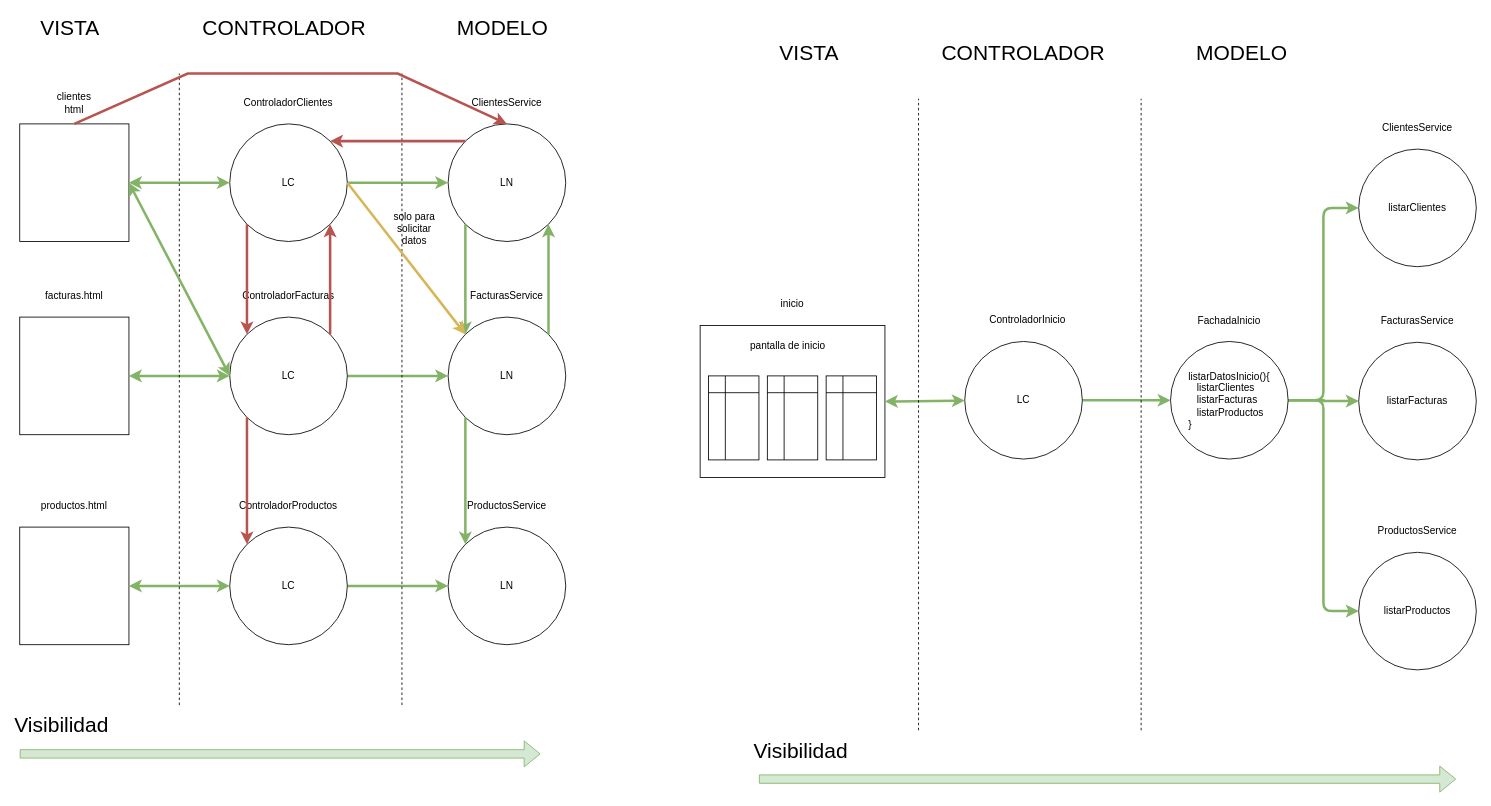
The draw.io diagram page "Página-2" (2 of 42) of patrones_2022_7.drawio in lrag/Patrones, before the edit. Source tidied: cells renumbered, new cells numbered last; positions are measured from the earlier drawing's top-left corner, leaving out a move shared by most shapes. Both pictures are drawn from the tidied source at 84%, with x=0, y=0 at pixel (19, 14).
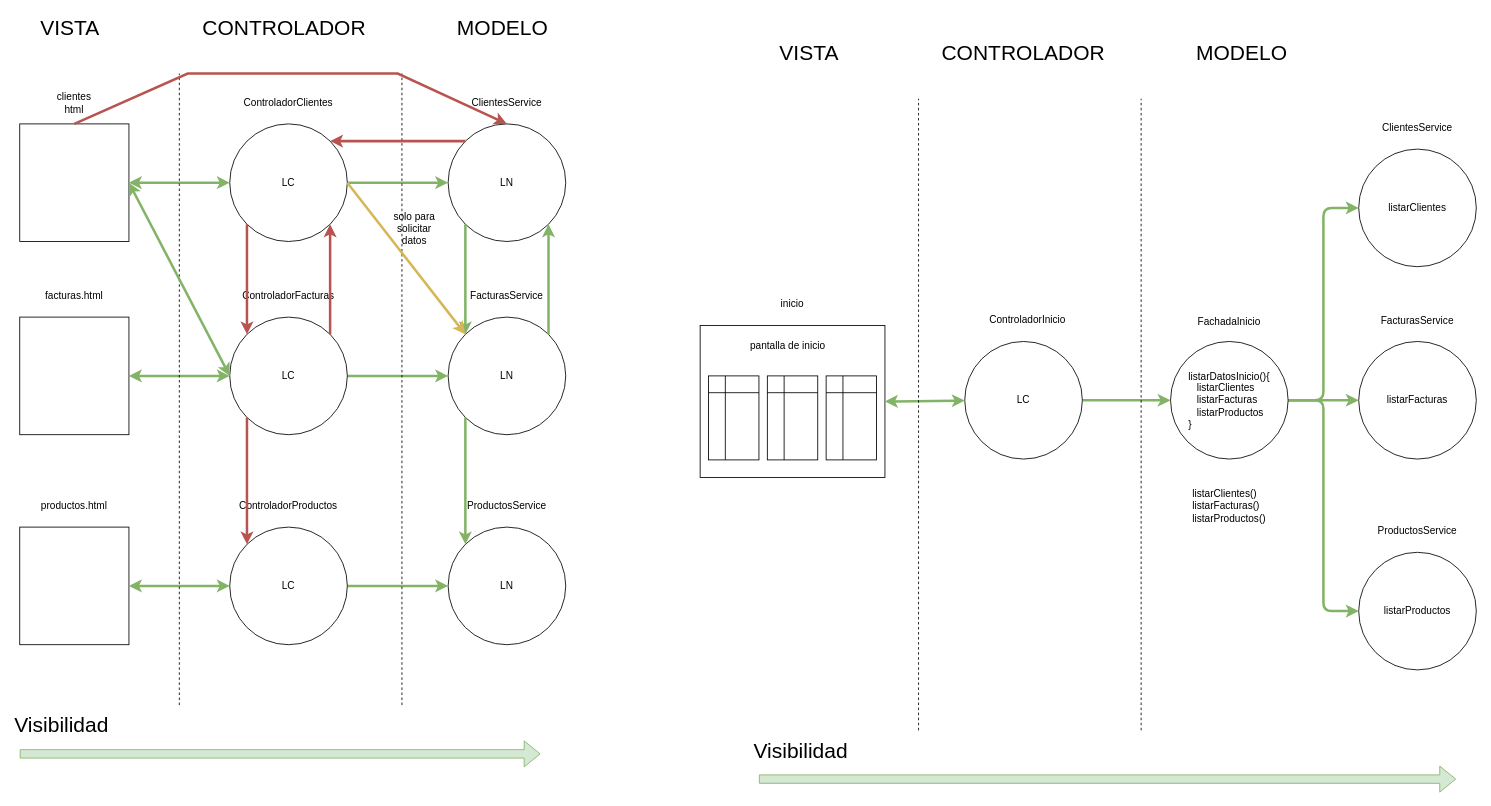
Above is the later version.

The edit, as a diff of the source:
```diff
@@
     <mxCell id="49" value="listarFacturas" style="ellipse;whiteSpace=wrap;html=1;" parent="1" vertex="1">
-      <mxGeometry x="1594" y="390" width="140" height="140" as="geometry" />
+      <mxGeometry x="1594" y="389" width="140" height="140" as="geometry" />
     </mxCell>
@@
     <mxCell id="66" value="FachadaInicio" style="text;html=1;strokeColor=none;fillColor=none;align=center;verticalAlign=middle;whiteSpace=wrap;rounded=0;" parent="1" vertex="1">
-      <mxGeometry x="1410" y="350" width="60" height="30" as="geometry" />
+      <mxGeometry x="1410" y="351" width="60" height="30" as="geometry" />
     </mxCell>
@@
+    <mxCell id="72" value="&lt;div style=&quot;border-color: var(--border-color); font-size: 12px; text-align: left;&quot;&gt;listarClientes()&lt;/div&gt;&lt;div style=&quot;border-color: var(--border-color); font-size: 12px; text-align: left;&quot;&gt;listarFacturas()&lt;/div&gt;&lt;div style=&quot;border-color: var(--border-color); font-size: 12px; text-align: left;&quot;&gt;listarProductos()&lt;/div&gt;" style="text;html=1;strokeColor=none;fillColor=none;align=center;verticalAlign=middle;whiteSpace=wrap;rounded=0;fontSize=18;" parent="1" vertex="1">
+      <mxGeometry x="1410" y="570" width="60" height="30" as="geometry" />
+    </mxCell>
```
